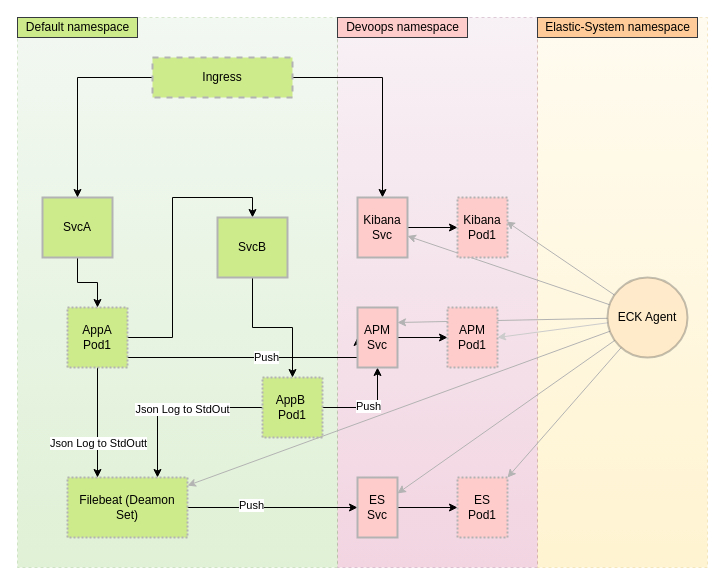
Above: Untitled Diagram.drawio in geoaxis/local-elastic-stack (draw.io), before the change. Source tidied: cells renumbered, new cells numbered last; positions are measured from the earlier drawing's top-left corner, leaving out a move shared by most shapes. Both pictures are drawn from the tidied source at 100%, with x=0, y=0 at pixel (17, 17).
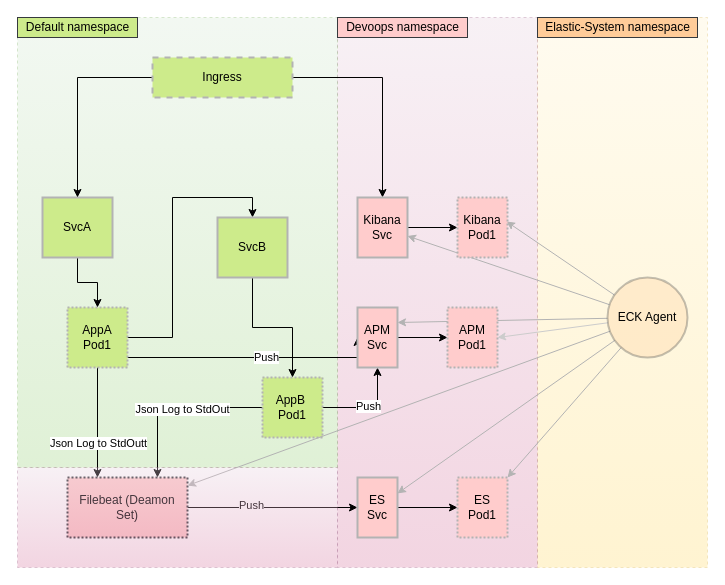
The same page after the edit.

Diff of the diagram source:
```diff
@@
     <mxCell id="4" style="rounded=0;whiteSpace=wrap;html=1;dashed=1;fillColor=#d5e8d4;strokeColor=#82b366;opacity=30;gradientColor=#97d077;" parent="1" vertex="1">
-      <mxGeometry width="320" height="550" as="geometry" />
+      <mxGeometry width="320" height="450" as="geometry" />
     </mxCell>
@@
-    <mxCell id="12" value="Filebeat (Deamon Set)" style="rounded=0;whiteSpace=wrap;html=1;dashed=1;strokeWidth=2;dashPattern=1 1;fillColor=#cdeb8b;strokeColor=#B3B3B3;" parent="1" vertex="1">
+    <mxCell id="12" value="Filebeat (Deamon Set)" style="rounded=0;whiteSpace=wrap;html=1;dashed=1;strokeWidth=2;dashPattern=1 1;fillColor=#ffcccc;strokeColor=#36393d;" parent="1" vertex="1">
       <mxGeometry x="50" y="460" width="120" height="60" as="geometry" />
     </mxCell>
@@
+    <mxCell id="46" style="edgeStyle=orthogonalEdgeStyle;rounded=0;orthogonalLoop=1;jettySize=auto;html=1;exitX=0.5;exitY=1;exitDx=0;exitDy=0;" parent="1" edge="1" source="4" target="4">
+      <mxGeometry relative="1" as="geometry" />
+    </mxCell>
+    <mxCell id="47" style="rounded=0;whiteSpace=wrap;html=1;dashed=1;strokeColor=#996185;opacity=30;fillColor=#e6d0de;gradientColor=#d5739d;" parent="1" vertex="1">
+      <mxGeometry y="450" width="320" height="100" as="geometry" />
+    </mxCell>
```
